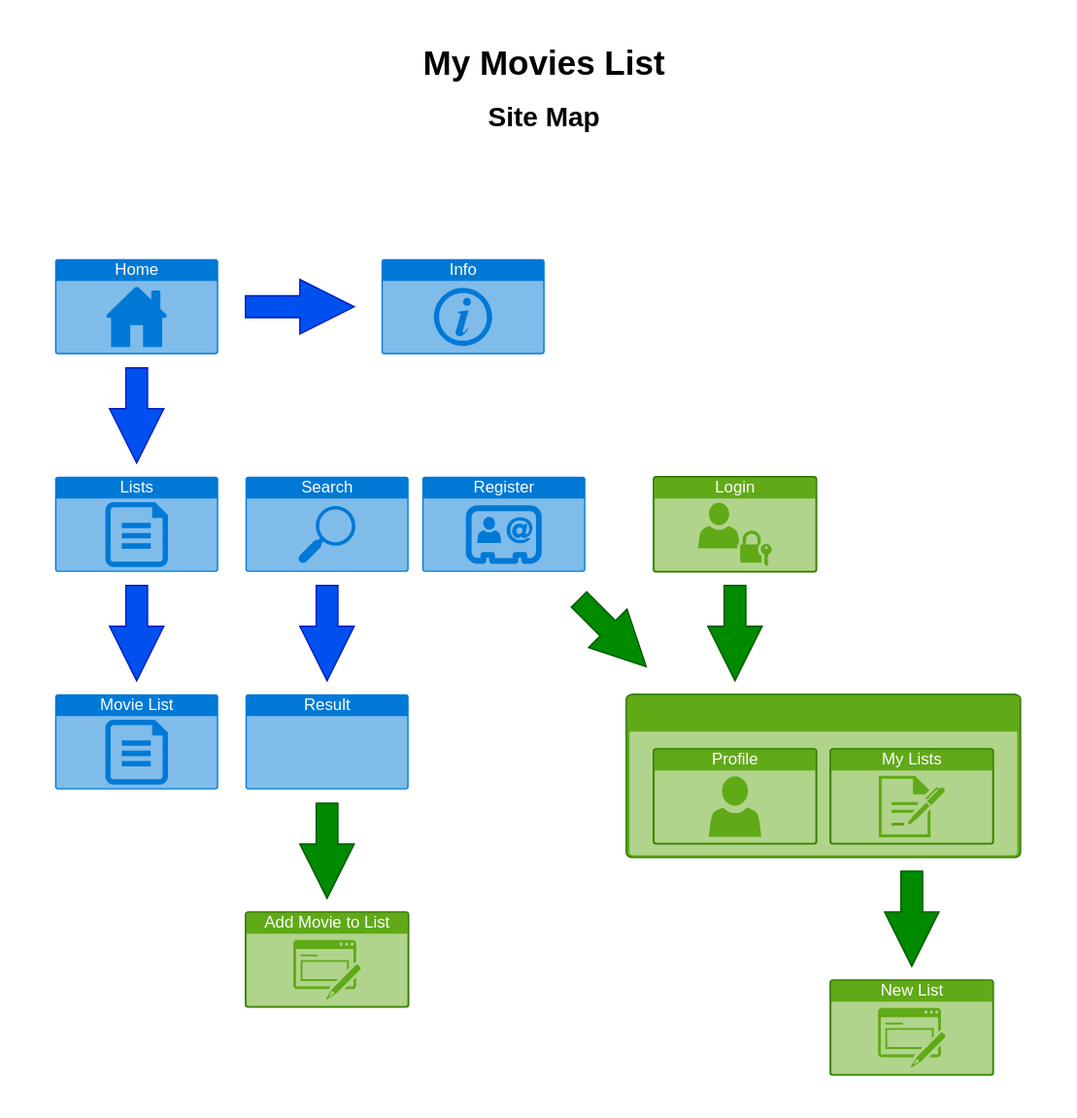
Earlier version of the draw.io export MML-SiteMap.drawio.svg (itamarc/mymovieslist). Source tidied: cells renumbered, new cells last; positions are measured from the earlier drawing's top-left corner, leaving out a move shared by most shapes.
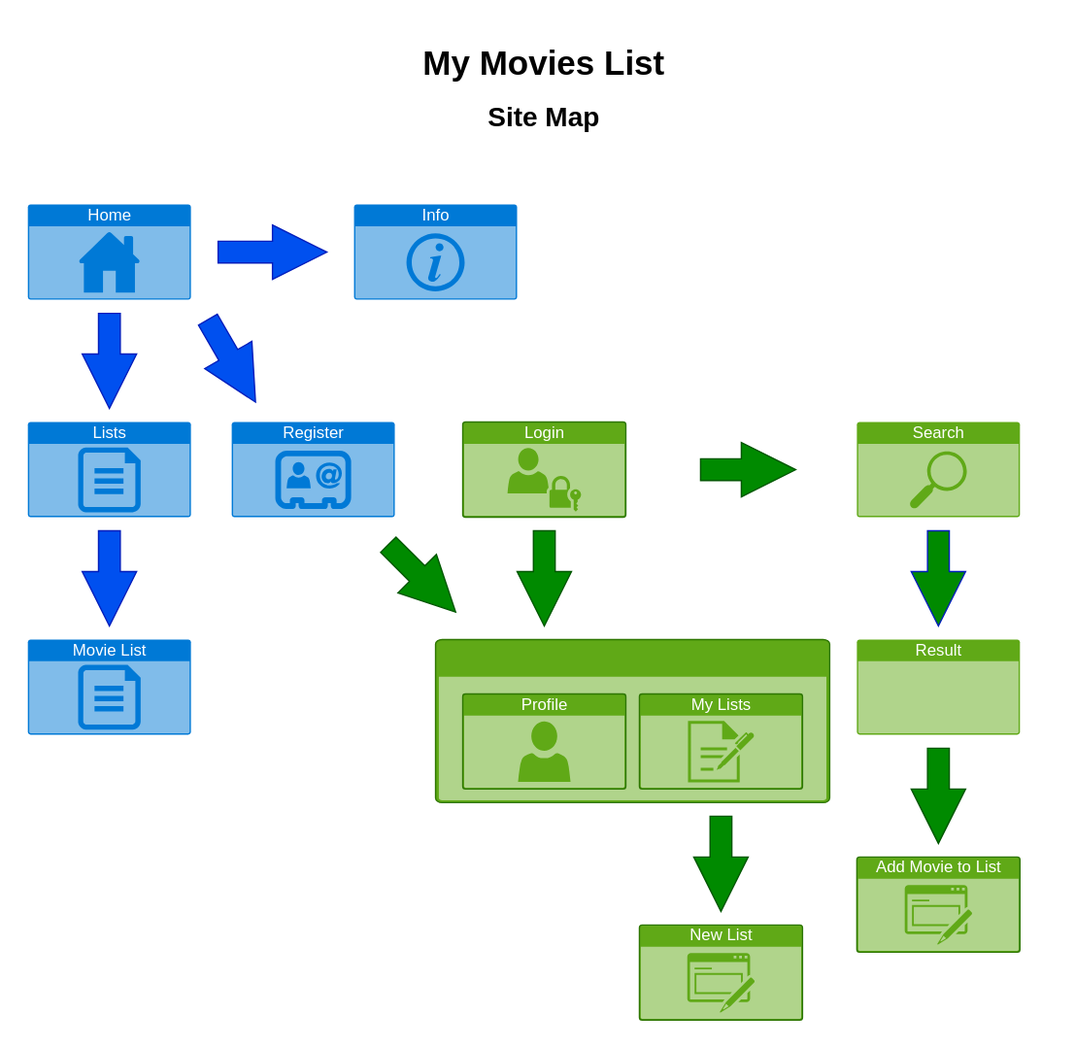
The same diagram one commit later.

Diff of the diagram source:
```diff
@@ -3,71 +3,71 @@
     <mxCell id="0" />
     <mxCell id="1" value="background" parent="0" />
     <mxCell id="2" style="rounded=0;whiteSpace=wrap;html=1;strokeColor=none;" parent="1" vertex="1">
-      <mxGeometry width="790" height="820" as="geometry" />
+      <mxGeometry width="790" height="770" as="geometry" />
     </mxCell>
     <mxCell id="3" value="diagram" parent="0" />
     <mxCell id="4" style="html=1;strokeColor=#2D7600;fillColor=#60a917;labelPosition=center;verticalLabelPosition=middle;verticalAlign=top;align=center;fontSize=12;spacingTop=-6;fontColor=#ffffff;shape=mxgraph.sitemap.page;" parent="3" vertex="1">
-      <mxGeometry x="460" y="510" width="290" height="120" as="geometry" />
+      <mxGeometry x="320" y="470" width="290" height="120" as="geometry" />
     </mxCell>
-    <mxCell id="5" value="Result" style="html=1;strokeColor=none;fillColor=#0079D6;labelPosition=center;verticalLabelPosition=middle;verticalAlign=top;align=center;fontSize=12;spacingTop=-6;fontColor=#FFFFFF;shape=mxgraph.sitemap.page;" parent="3" vertex="1">
-      <mxGeometry x="180" y="510" width="120" height="70" as="geometry" />
+    <mxCell id="5" value="Result" style="html=1;strokeColor=none;fillColor=#60A917;labelPosition=center;verticalLabelPosition=middle;verticalAlign=top;align=center;fontSize=12;spacingTop=-6;fontColor=#FFFFFF;shape=mxgraph.sitemap.page;" parent="3" vertex="1">
+      <mxGeometry x="630" y="470" width="120" height="70" as="geometry" />
     </mxCell>
     <mxCell id="6" value="Register" style="html=1;strokeColor=none;fillColor=#0079D6;labelPosition=center;verticalLabelPosition=middle;verticalAlign=top;align=center;fontSize=12;spacingTop=-6;fontColor=#FFFFFF;shape=mxgraph.sitemap.contact;" parent="3" vertex="1">
-      <mxGeometry x="310" y="350" width="120" height="70" as="geometry" />
+      <mxGeometry x="170" y="310" width="120" height="70" as="geometry" />
     </mxCell>
     <mxCell id="7" value="New List" style="html=1;strokeColor=#2D7600;fillColor=#60a917;labelPosition=center;verticalLabelPosition=middle;verticalAlign=top;align=center;fontSize=12;spacingTop=-6;fontColor=#ffffff;shape=mxgraph.sitemap.form;" parent="3" vertex="1">
-      <mxGeometry x="610" y="720" width="120" height="70" as="geometry" />
+      <mxGeometry x="470" y="680" width="120" height="70" as="geometry" />
     </mxCell>
     <mxCell id="8" value="Home" style="html=1;strokeColor=none;fillColor=#0079D6;labelPosition=center;verticalLabelPosition=middle;verticalAlign=top;align=center;fontSize=12;spacingTop=-6;fontColor=#FFFFFF;shape=mxgraph.sitemap.home;" parent="3" vertex="1">
-      <mxGeometry x="40" y="190" width="120" height="70" as="geometry" />
+      <mxGeometry x="20" y="150" width="120" height="70" as="geometry" />
     </mxCell>
     <mxCell id="9" value="Info" style="html=1;strokeColor=none;fillColor=#0079D6;labelPosition=center;verticalLabelPosition=middle;verticalAlign=top;align=center;fontSize=12;spacingTop=-6;fontColor=#FFFFFF;shape=mxgraph.sitemap.info;" parent="3" vertex="1">
-      <mxGeometry x="280" y="190" width="120" height="70" as="geometry" />
+      <mxGeometry x="260" y="150" width="120" height="70" as="geometry" />
     </mxCell>
     <mxCell id="10" value="Login" style="html=1;strokeColor=#2D7600;fillColor=#60a917;labelPosition=center;verticalLabelPosition=middle;verticalAlign=top;align=center;fontSize=12;spacingTop=-6;fontColor=#ffffff;shape=mxgraph.sitemap.login;" parent="3" vertex="1">
-      <mxGeometry x="480" y="350" width="120" height="70" as="geometry" />
+      <mxGeometry x="340" y="310" width="120" height="70" as="geometry" />
     </mxCell>
     <mxCell id="11" value="Profile" style="html=1;strokeColor=#2D7600;fillColor=#60a917;labelPosition=center;verticalLabelPosition=middle;verticalAlign=top;align=center;fontSize=12;spacingTop=-6;fontColor=#ffffff;shape=mxgraph.sitemap.profile;" parent="3" vertex="1">
-      <mxGeometry x="480" y="550" width="120" height="70" as="geometry" />
+      <mxGeometry x="340" y="510" width="120" height="70" as="geometry" />
     </mxCell>
-    <mxCell id="12" value="Search" style="html=1;strokeColor=none;fillColor=#0079D6;labelPosition=center;verticalLabelPosition=middle;verticalAlign=top;align=center;fontSize=12;spacingTop=-6;fontColor=#FFFFFF;shape=mxgraph.sitemap.search;" parent="3" vertex="1">
-      <mxGeometry x="180" y="350" width="120" height="70" as="geometry" />
+    <mxCell id="12" value="Search" style="html=1;strokeColor=none;fillColor=#60A917;labelPosition=center;verticalLabelPosition=middle;verticalAlign=top;align=center;fontSize=12;spacingTop=-6;fontColor=#FFFFFF;shape=mxgraph.sitemap.search;" parent="3" vertex="1">
+      <mxGeometry x="630" y="310" width="120" height="70" as="geometry" />
     </mxCell>
     <mxCell id="13" value="Movie List" style="html=1;strokeColor=none;fillColor=#0079D6;labelPosition=center;verticalLabelPosition=middle;verticalAlign=top;align=center;fontSize=12;spacingTop=-6;fontColor=#FFFFFF;shape=mxgraph.sitemap.text;" parent="3" vertex="1">
-      <mxGeometry x="40" y="510" width="120" height="70" as="geometry" />
+      <mxGeometry x="20" y="470" width="120" height="70" as="geometry" />
     </mxCell>
     <mxCell id="14" value="My Lists" style="html=1;strokeColor=#2D7600;fillColor=#60a917;labelPosition=center;verticalLabelPosition=middle;verticalAlign=top;align=center;fontSize=12;spacingTop=-6;fontColor=#ffffff;shape=mxgraph.sitemap.log;" parent="3" vertex="1">
-      <mxGeometry x="610" y="550" width="120" height="70" as="geometry" />
+      <mxGeometry x="470" y="510" width="120" height="70" as="geometry" />
     </mxCell>
     <mxCell id="15" value="Lists" style="html=1;strokeColor=none;fillColor=#0079D6;labelPosition=center;verticalLabelPosition=middle;verticalAlign=top;align=center;fontSize=12;spacingTop=-6;fontColor=#FFFFFF;shape=mxgraph.sitemap.text;" parent="3" vertex="1">
-      <mxGeometry x="40" y="350" width="120" height="70" as="geometry" />
+      <mxGeometry x="20" y="310" width="120" height="70" as="geometry" />
     </mxCell>
     <mxCell id="16" style="html=1;shadow=0;dashed=0;align=center;verticalAlign=middle;shape=mxgraph.arrows2.arrow;dy=0.6;dx=40;direction=south;notch=0;fillColor=#0050ef;strokeColor=#001DBC;fontColor=#ffffff;" parent="3" vertex="1">
-      <mxGeometry x="80" y="270" width="40" height="70" as="geometry" />
+      <mxGeometry x="60" y="230" width="40" height="70" as="geometry" />
     </mxCell>
     <mxCell id="17" style="html=1;shadow=0;dashed=0;align=center;verticalAlign=middle;shape=mxgraph.arrows2.arrow;dy=0.6;dx=40;direction=south;notch=0;fillColor=#0050ef;strokeColor=#001DBC;fontColor=#ffffff;" parent="3" vertex="1">
-      <mxGeometry x="80" y="430" width="40" height="70" as="geometry" />
+      <mxGeometry x="60" y="390" width="40" height="70" as="geometry" />
     </mxCell>
     <mxCell id="18" style="html=1;shadow=0;dashed=0;align=center;verticalAlign=middle;shape=mxgraph.arrows2.arrow;dy=0.6;dx=40;notch=0;fillColor=#0050ef;strokeColor=#001DBC;fontColor=#ffffff;" parent="3" vertex="1">
-      <mxGeometry x="180" y="205" width="80" height="40" as="geometry" />
+      <mxGeometry x="160" y="165" width="80" height="40" as="geometry" />
     </mxCell>
-    <mxCell id="19" style="html=1;shadow=0;dashed=0;align=center;verticalAlign=middle;shape=mxgraph.arrows2.arrow;dy=0.6;dx=40;direction=south;notch=0;fillColor=#0050ef;strokeColor=#001DBC;fontColor=#ffffff;" parent="3" vertex="1">
-      <mxGeometry x="220" y="430" width="40" height="70" as="geometry" />
+    <mxCell id="19" style="html=1;shadow=0;dashed=0;align=center;verticalAlign=middle;shape=mxgraph.arrows2.arrow;dy=0.6;dx=40;direction=south;notch=0;fillColor=#008A00;strokeColor=#001DBC;fontColor=#ffffff;" parent="3" vertex="1">
+      <mxGeometry x="670" y="390" width="40" height="70" as="geometry" />
     </mxCell>
     <mxCell id="20" style="html=1;shadow=0;dashed=0;align=center;verticalAlign=middle;shape=mxgraph.arrows2.arrow;dy=0.6;dx=40;direction=south;notch=0;fillColor=#008a00;strokeColor=#005700;fontColor=#ffffff;rotation=-45;" parent="3" vertex="1">
-      <mxGeometry x="430" y="430" width="40" height="70" as="geometry" />
+      <mxGeometry x="290" y="390" width="40" height="70" as="geometry" />
     </mxCell>
     <mxCell id="21" style="html=1;shadow=0;dashed=0;align=center;verticalAlign=middle;shape=mxgraph.arrows2.arrow;dy=0.6;dx=40;direction=south;notch=0;fillColor=#008a00;strokeColor=#005700;fontColor=#ffffff;" parent="3" vertex="1">
-      <mxGeometry x="650" y="640" width="40" height="70" as="geometry" />
+      <mxGeometry x="510" y="600" width="40" height="70" as="geometry" />
     </mxCell>
     <mxCell id="22" style="html=1;shadow=0;dashed=0;align=center;verticalAlign=middle;shape=mxgraph.arrows2.arrow;dy=0.6;dx=40;direction=south;notch=0;fillColor=#008a00;strokeColor=#005700;fontColor=#ffffff;" parent="3" vertex="1">
-      <mxGeometry x="520" y="430" width="40" height="70" as="geometry" />
+      <mxGeometry x="380" y="390" width="40" height="70" as="geometry" />
     </mxCell>
     <mxCell id="23" value="Add Movie to List" style="html=1;strokeColor=#2D7600;fillColor=#60a917;labelPosition=center;verticalLabelPosition=middle;verticalAlign=top;align=center;fontSize=12;spacingTop=-6;fontColor=#ffffff;shape=mxgraph.sitemap.form;" parent="3" vertex="1">
-      <mxGeometry x="180" y="670" width="120" height="70" as="geometry" />
+      <mxGeometry x="630" y="630" width="120" height="70" as="geometry" />
     </mxCell>
     <mxCell id="24" style="html=1;shadow=0;dashed=0;align=center;verticalAlign=middle;shape=mxgraph.arrows2.arrow;dy=0.6;dx=40;direction=south;notch=0;fillColor=#008a00;strokeColor=#005700;fontColor=#ffffff;" parent="3" vertex="1">
-      <mxGeometry x="220" y="590" width="40" height="70" as="geometry" />
+      <mxGeometry x="670" y="550" width="40" height="70" as="geometry" />
     </mxCell>
     <mxCell id="25" value="My Movies List" style="text;html=1;strokeColor=none;fillColor=none;align=center;verticalAlign=middle;whiteSpace=wrap;rounded=0;fontStyle=1;fontSize=25;" parent="3" vertex="1">
       <mxGeometry x="40" y="30" width="720" height="30" as="geometry" />
@@ -75,5 +75,11 @@
     <mxCell id="26" value="Site Map" style="text;html=1;strokeColor=none;fillColor=none;align=center;verticalAlign=middle;whiteSpace=wrap;rounded=0;fontStyle=1;fontSize=20;" parent="3" vertex="1">
       <mxGeometry x="40" y="70" width="720" height="30" as="geometry" />
     </mxCell>
+    <mxCell id="27" style="html=1;shadow=0;dashed=0;align=center;verticalAlign=middle;shape=mxgraph.arrows2.arrow;dy=0.6;dx=40;direction=south;notch=0;fillColor=#0050ef;strokeColor=#001DBC;fontColor=#ffffff;rotation=-30;" parent="3" vertex="1">
+      <mxGeometry x="150" y="230" width="40" height="70" as="geometry" />
+    </mxCell>
+    <mxCell id="28" style="html=1;shadow=0;dashed=0;align=center;verticalAlign=middle;shape=mxgraph.arrows2.arrow;dy=0.6;dx=40;direction=south;notch=0;fillColor=#008a00;strokeColor=#005700;fontColor=#ffffff;rotation=-90;" parent="3" vertex="1">
+      <mxGeometry x="530" y="310" width="40" height="70" as="geometry" />
+    </mxCell>
   </root>
 </mxGraphModel>
```
